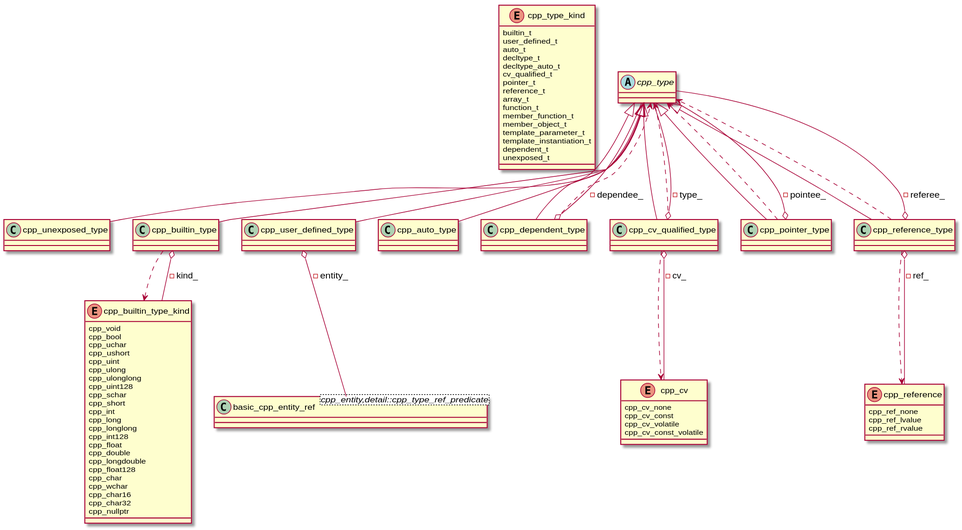
This is cppast/puml/cpp_type_class_diagram.svg from bkryza/clang-uml-examples, a PlantUML export, as it was before one commit.
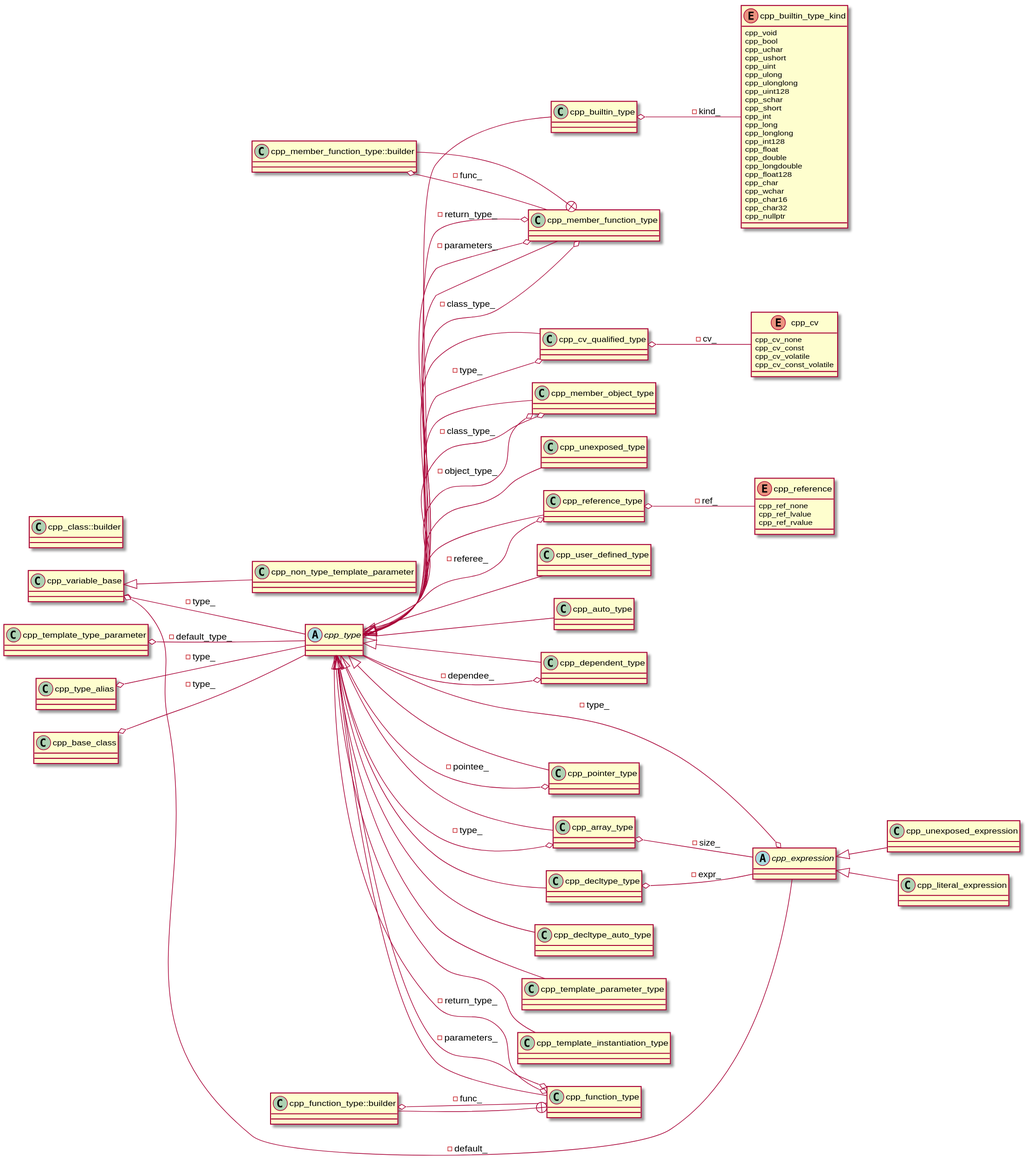
The same file after the commit.

Change to the diagram source:
```diff
@@ -1,31 +1,7 @@
 @startuml
-enum "cpp_type_kind" as C_0000000003
-enum C_0000000003 [[https://github.com/foonathan/cppast/blob/19cbc378f8a6b3fe7d04b309784a3a0920de9e75/include/cppast/cpp_type.hpp#L17{The kinds of a [cppast::cpp_type]().}]] {
-builtin_t
-user_defined_t
-auto_t
-decltype_t
-decltype_auto_t
-cv_qualified_t
-pointer_t
-reference_t
-array_t
-function_t
-member_function_t
-member_object_t
-template_parameter_t
-template_instantiation_t
-dependent_t
-unexposed_t
-}
-abstract "cpp_type" as C_0000000007
-abstract C_0000000007 [[https://github.com/foonathan/cppast/blob/19cbc378f8a6b3fe7d04b309784a3a0920de9e75/include/cppast/cpp_type.hpp#L44{Base class for all C++ types.}]] {
-}
-class "cpp_unexposed_type" as C_0000000019
-class C_0000000019 [[https://github.com/foonathan/cppast/blob/19cbc378f8a6b3fe7d04b309784a3a0920de9e75/include/cppast/cpp_type.hpp#L95{An unexposed [cppast::cpp_type](). This is one where no further information besides a name is available.}]] {
-}
-enum "cpp_builtin_type_kind" as C_0000000023
-enum C_0000000023 [[https://github.com/foonathan/cppast/blob/19cbc378f8a6b3fe7d04b309784a3a0920de9e75/include/cppast/cpp_type.hpp#L122{The C++ builtin types.}]] {
+left to right direction
+enum "cpp_builtin_type_kind" as C_0001887502571634469661
+enum C_0001887502571634469661 [[https://github.com/foonathan/cppast/blob/f81be80b524a88533f7e5eefd96fe10dc59cc289/include/cppast/cppast_fwd.hpp#L105{cpp_builtin_type_kind}]] {
 cpp_void
 cpp_bool
 cpp_uchar
@@ -50,64 +26,147 @@
 cpp_char32
 cpp_nullptr
 }
-class "cpp_builtin_type" as C_0000000027
-class C_0000000027 [[https://github.com/foonathan/cppast/blob/19cbc378f8a6b3fe7d04b309784a3a0920de9e75/include/cppast/cpp_type.hpp#L161{A builtin [cppast::cpp_type](). This is one where there is no associated [cppast::cpp_entity]().}]] {
-}
-class "basic_cpp_entity_ref<cpp_entity,detail::cpp_type_ref_predicate>" as C_0000000039
-class C_0000000039 {
-}
-class "cpp_user_defined_type" as C_0000000036
-class C_0000000036 [[https://github.com/foonathan/cppast/blob/19cbc378f8a6b3fe7d04b309784a3a0920de9e75/include/cppast/cpp_type.hpp#L202{A user-defined [cppast::cpp_type](). It has an associated [cppast::cpp_entity]().}]] {
-}
-class "cpp_auto_type" as C_0000000069
-class C_0000000069 [[https://github.com/foonathan/cppast/blob/19cbc378f8a6b3fe7d04b309784a3a0920de9e75/include/cppast/cpp_type.hpp#L230{A [cppast::cpp_type]() that isn't given but deduced by `auto`.}]] {
-}
-class "cpp_dependent_type" as C_0000000077
-class C_0000000077 [[https://github.com/foonathan/cppast/blob/19cbc378f8a6b3fe7d04b309784a3a0920de9e75/include/cppast/cpp_type.hpp#L249{A [cppast::cpp_type]() that depends on another type.}]] {
-}
-enum "cpp_cv" as C_0000000116
-enum C_0000000116 [[https://github.com/foonathan/cppast/blob/19cbc378f8a6b3fe7d04b309784a3a0920de9e75/include/cppast/cpp_type.hpp#L290{The kinds of C++ cv qualifiers.}]] {
+enum "cpp_cv" as C_0000213859787504205822
+enum C_0000213859787504205822 [[https://github.com/foonathan/cppast/blob/f81be80b524a88533f7e5eefd96fe10dc59cc289/include/cppast/cppast_fwd.hpp#L106{cpp_cv}]] {
 cpp_cv_none
 cpp_cv_const
 cpp_cv_volatile
 cpp_cv_const_volatile
 }
-class "cpp_cv_qualified_type" as C_0000000120
-class C_0000000120 [[https://github.com/foonathan/cppast/blob/19cbc378f8a6b3fe7d04b309784a3a0920de9e75/include/cppast/cpp_type.hpp#L311{A [cppast::cpp_cv]() qualified [cppast::cpp_type]().}]] {
-}
-class "cpp_pointer_type" as C_0000000138
-class C_0000000138 [[https://github.com/foonathan/cppast/blob/19cbc378f8a6b3fe7d04b309784a3a0920de9e75/include/cppast/cpp_type.hpp#L359{A pointer to a [cppast::cpp_type]().}]] {
-}
-enum "cpp_reference" as C_0000000152
-enum C_0000000152 [[https://github.com/foonathan/cppast/blob/19cbc378f8a6b3fe7d04b309784a3a0920de9e75/include/cppast/cpp_type.hpp#L386{The kinds of C++ references.}]] {
+enum "cpp_reference" as C_0000386439160558232350
+enum C_0000386439160558232350 [[https://github.com/foonathan/cppast/blob/f81be80b524a88533f7e5eefd96fe10dc59cc289/include/cppast/cppast_fwd.hpp#L108{cpp_reference}]] {
 cpp_ref_none
 cpp_ref_lvalue
 cpp_ref_rvalue
 }
-class "cpp_reference_type" as C_0000000156
-class C_0000000156 [[https://github.com/foonathan/cppast/blob/19cbc378f8a6b3fe7d04b309784a3a0920de9e75/include/cppast/cpp_type.hpp#L394{A reference to a [cppast::cpp_type]().}]] {
+abstract "cpp_type" as C_0001585653041236922459
+abstract C_0001585653041236922459 [[https://github.com/foonathan/cppast/blob/f81be80b524a88533f7e5eefd96fe10dc59cc289/include/cppast/cpp_type.hpp#L44{Base class for all C++ types.}]] {
 }
-C_0000000007 <|-- C_0000000019
-C_0000000027 ..> C_0000000023
-C_0000000027 o-- C_0000000023 : -kind_
-C_0000000007 <|-- C_0000000027
-C_0000000036 o-- C_0000000039 : -entity_
-C_0000000007 <|-- C_0000000036
-C_0000000007 <|-- C_0000000069
-C_0000000077 ..> C_0000000007
-C_0000000077 o-- C_0000000007 : -dependee_
-C_0000000007 <|-- C_0000000077
-C_0000000120 ..> C_0000000007
-C_0000000120 ..> C_0000000116
-C_0000000120 o-- C_0000000007 : -type_
-C_0000000120 o-- C_0000000116 : -cv_
-C_0000000007 <|-- C_0000000120
-C_0000000138 ..> C_0000000007
-C_0000000138 o-- C_0000000007 : -pointee_
-C_0000000007 <|-- C_0000000138
-C_0000000156 ..> C_0000000007
-C_0000000156 ..> C_0000000152
-C_0000000156 o-- C_0000000007 : -referee_
-C_0000000156 o-- C_0000000152 : -ref_
-C_0000000007 <|-- C_0000000156
+class "cpp_unexposed_type" as C_0000601730303705395408
+class C_0000601730303705395408 [[https://github.com/foonathan/cppast/blob/f81be80b524a88533f7e5eefd96fe10dc59cc289/include/cppast/cpp_type.hpp#L95{An unexposed [cppast::cpp_type](). This is one where no further information besides a name is available.}]] {
+}
+class "cpp_builtin_type" as C_0002035785082080260407
+class C_0002035785082080260407 [[https://github.com/foonathan/cppast/blob/f81be80b524a88533f7e5eefd96fe10dc59cc289/include/cppast/cpp_type.hpp#L161{A builtin [cppast::cpp_type](). This is one where there is no associated [cppast::cpp_entity]().}]] {
+}
+class "cpp_user_defined_type" as C_0002166954434825938188
+class C_0002166954434825938188 [[https://github.com/foonathan/cppast/blob/f81be80b524a88533f7e5eefd96fe10dc59cc289/include/cppast/cpp_type.hpp#L202{A user-defined [cppast::cpp_type](). It has an associated [cppast::cpp_entity]().}]] {
+}
+class "cpp_auto_type" as C_0001809003368459807767
+class C_0001809003368459807767 [[https://github.com/foonathan/cppast/blob/f81be80b524a88533f7e5eefd96fe10dc59cc289/include/cppast/cpp_type.hpp#L230{A [cppast::cpp_type]() that isn't given but deduced by `auto`.}]] {
+}
+class "cpp_dependent_type" as C_0000507998479194737071
+class C_0000507998479194737071 [[https://github.com/foonathan/cppast/blob/f81be80b524a88533f7e5eefd96fe10dc59cc289/include/cppast/cpp_type.hpp#L249{A [cppast::cpp_type]() that depends on another type.}]] {
+}
+class "cpp_cv_qualified_type" as C_0000342846994454958214
+class C_0000342846994454958214 [[https://github.com/foonathan/cppast/blob/f81be80b524a88533f7e5eefd96fe10dc59cc289/include/cppast/cpp_type.hpp#L311{A [cppast::cpp_cv]() qualified [cppast::cpp_type]().}]] {
+}
+class "cpp_pointer_type" as C_0000861535705589766807
+class C_0000861535705589766807 [[https://github.com/foonathan/cppast/blob/f81be80b524a88533f7e5eefd96fe10dc59cc289/include/cppast/cpp_type.hpp#L359{A pointer to a [cppast::cpp_type]().}]] {
+}
+class "cpp_reference_type" as C_0000600573949475383075
+class C_0000600573949475383075 [[https://github.com/foonathan/cppast/blob/f81be80b524a88533f7e5eefd96fe10dc59cc289/include/cppast/cpp_type.hpp#L394{A reference to a [cppast::cpp_type]().}]] {
+}
+abstract "cpp_expression" as C_0002228471918600734475
+abstract C_0002228471918600734475 [[https://github.com/foonathan/cppast/blob/f81be80b524a88533f7e5eefd96fe10dc59cc289/include/cppast/cpp_expression.hpp#L24{Base class for all C++ expressions.}]] {
+}
+class "cpp_unexposed_expression" as C_0000978206085606851269
+class C_0000978206085606851269 [[https://github.com/foonathan/cppast/blob/f81be80b524a88533f7e5eefd96fe10dc59cc289/include/cppast/cpp_expression.hpp#L81{An unexposed [cppast::cpp_expression](). There is no further information than a string available.}]] {
+}
+class "cpp_literal_expression" as C_0001481645313438672561
+class C_0001481645313438672561 [[https://github.com/foonathan/cppast/blob/f81be80b524a88533f7e5eefd96fe10dc59cc289/include/cppast/cpp_expression.hpp#L112{A [cppast::cpp_expression]() that is a literal.}]] {
+}
+class "cpp_array_type" as C_0001347498727659770075
+class C_0001347498727659770075 [[https://github.com/foonathan/cppast/blob/f81be80b524a88533f7e5eefd96fe10dc59cc289/include/cppast/cpp_array_type.hpp#L13{An array of a [cppast::cpp_type]().}]] {
+}
+class "cpp_base_class" as C_0001513295345096619386
+class C_0001513295345096619386 [[https://github.com/foonathan/cppast/blob/f81be80b524a88533f7e5eefd96fe10dc59cc289/include/cppast/cpp_class.hpp#L67{A [cppast::cpp_entity]() modelling a base class specifier.}]] {
+}
+class "cpp_class::builder" as C_0001640425303778365225
+class C_0001640425303778365225 [[https://github.com/foonathan/cppast/blob/f81be80b524a88533f7e5eefd96fe10dc59cc289/include/cppast/cpp_class.hpp#L126{Builds a [cppast::cpp_class]().}]] {
+}
+class "cpp_decltype_type" as C_0001184982835175222056
+class C_0001184982835175222056 [[https://github.com/foonathan/cppast/blob/f81be80b524a88533f7e5eefd96fe10dc59cc289/include/cppast/cpp_decltype_type.hpp#L13{A [cppast::cpp_type]() that isn't given but taken from an expression.}]] {
+}
+class "cpp_decltype_auto_type" as C_0000026248340214462662
+class C_0000026248340214462662 [[https://github.com/foonathan/cppast/blob/f81be80b524a88533f7e5eefd96fe10dc59cc289/include/cppast/cpp_decltype_type.hpp#L40{A [cppast::cpp_type]() that isn't given but deduced using the `decltype` rules.}]] {
+}
+class "cpp_function_type" as C_0001455852309215570565
+class C_0001455852309215570565 [[https://github.com/foonathan/cppast/blob/f81be80b524a88533f7e5eefd96fe10dc59cc289/include/cppast/cpp_function_type.hpp#L14{A [cppast::cpp_type]() that is a function. A function pointer is created by wrapping it in [cppast::cpp_pointer_type]().}]] {
+}
+class "cpp_function_type::builder" as C_0001260590280026110105
+class C_0001260590280026110105 [[https://github.com/foonathan/cppast/blob/f81be80b524a88533f7e5eefd96fe10dc59cc289/include/cppast/cpp_function_type.hpp#L18{Builds a [cppast::cpp_function_type]().}]] {
+}
+class "cpp_member_function_type" as C_0001956941679276907326
+class C_0001956941679276907326 [[https://github.com/foonathan/cppast/blob/f81be80b524a88533f7e5eefd96fe10dc59cc289/include/cppast/cpp_function_type.hpp#L87{A [cppast::cpp_type]() that is a member function. A member function with cv qualifier is created by wrapping it in [cppast::cpp_cv_qualified_type](). A member function with reference qualifier is created by wrapping it in [cppast::cpp_reference_type]()....}]] {
+}
+class "cpp_member_function_type::builder" as C_0000365791757426754810
+class C_0000365791757426754810 [[https://github.com/foonathan/cppast/blob/f81be80b524a88533f7e5eefd96fe10dc59cc289/include/cppast/cpp_function_type.hpp#L91{Builds a [cppast::cpp_member_function_type]().}]] {
+}
+class "cpp_member_object_type" as C_0000603633382993980808
+class C_0000603633382993980808 [[https://github.com/foonathan/cppast/blob/f81be80b524a88533f7e5eefd96fe10dc59cc289/include/cppast/cpp_function_type.hpp#L164{A [cppast::cpp_type]() that is a member object. A member object pointer is created by wrapping it in [cppast::cpp_pointer_type]().}]] {
+}
+class "cpp_variable_base" as C_0000184600132526931259
+class C_0000184600132526931259 [[https://github.com/foonathan/cppast/blob/f81be80b524a88533f7e5eefd96fe10dc59cc289/include/cppast/cpp_variable_base.hpp#L16{Additional base class for all [cppast::cpp_entity]() modelling some kind of variable. Examples are [cppast::cpp_variable]() or [cppast::cpp_function_parameter](), or anything that is name/type/default-value triple.}]] {
+}
+class "cpp_template_type_parameter" as C_0001672854013158225149
+class C_0001672854013158225149 [[https://github.com/foonathan/cppast/blob/f81be80b524a88533f7e5eefd96fe10dc59cc289/include/cppast/cpp_template_parameter.hpp#L47{A [cppast::cpp_entity]() modelling a C++ template type parameter.}]] {
+}
+class "cpp_template_parameter_type" as C_0002158322113857881673
+class C_0002158322113857881673 [[https://github.com/foonathan/cppast/blob/f81be80b524a88533f7e5eefd96fe10dc59cc289/include/cppast/cpp_template_parameter.hpp#L106{A [cppast::cpp_type]() defined by a [cppast::cpp_template_type_parameter]().}]] {
+}
+class "cpp_non_type_template_parameter" as C_0001461284658212381765
+class C_0001461284658212381765 [[https://github.com/foonathan/cppast/blob/f81be80b524a88533f7e5eefd96fe10dc59cc289/include/cppast/cpp_template_parameter.hpp#L137{A [cppast::cpp_entity]() modelling a C++ non-type template parameter.}]] {
+}
+class "cpp_template_instantiation_type" as C_0001009421424714355715
+class C_0001009421424714355715 [[https://github.com/foonathan/cppast/blob/f81be80b524a88533f7e5eefd96fe10dc59cc289/include/cppast/cpp_template.hpp#L93{A [cppast::cpp_type]() representing an instantiation of a [cppast::cpp_template]().}]] {
+}
+class "cpp_type_alias" as C_0001652684387667767114
+class C_0001652684387667767114 [[https://github.com/foonathan/cppast/blob/f81be80b524a88533f7e5eefd96fe10dc59cc289/include/cppast/cpp_type_alias.hpp#L14{A [cppast::cpp_entity]() modelling a type alias/typedef. \notes There is no distinction between `using` and `typedef` type aliases made in the AST.}]] {
+}
+C_0001585653041236922459 <|-- C_0000601730303705395408
+C_0002035785082080260407 o-- C_0001887502571634469661 : -kind_
+C_0001585653041236922459 <|-- C_0002035785082080260407
+C_0001585653041236922459 <|-- C_0002166954434825938188
+C_0001585653041236922459 <|-- C_0001809003368459807767
+C_0000507998479194737071 o-- C_0001585653041236922459 : -dependee_
+C_0001585653041236922459 <|-- C_0000507998479194737071
+C_0000342846994454958214 o-- C_0001585653041236922459 : -type_
+C_0000342846994454958214 o-- C_0000213859787504205822 : -cv_
+C_0001585653041236922459 <|-- C_0000342846994454958214
+C_0000861535705589766807 o-- C_0001585653041236922459 : -pointee_
+C_0001585653041236922459 <|-- C_0000861535705589766807
+C_0000600573949475383075 o-- C_0001585653041236922459 : -referee_
+C_0000600573949475383075 o-- C_0000386439160558232350 : -ref_
+C_0001585653041236922459 <|-- C_0000600573949475383075
+C_0002228471918600734475 o-- C_0001585653041236922459 : -type_
+C_0002228471918600734475 <|-- C_0000978206085606851269
+C_0002228471918600734475 <|-- C_0001481645313438672561
+C_0001347498727659770075 o-- C_0001585653041236922459 : -type_
+C_0001347498727659770075 o-- C_0002228471918600734475 : -size_
+C_0001585653041236922459 <|-- C_0001347498727659770075
+C_0001513295345096619386 o-- C_0001585653041236922459 : -type_
+C_0001184982835175222056 o-- C_0002228471918600734475 : -expr_
+C_0001585653041236922459 <|-- C_0001184982835175222056
+C_0001585653041236922459 <|-- C_0000026248340214462662
+C_0001455852309215570565 o-- C_0001585653041236922459 : -return_type_
+C_0001455852309215570565 o-- C_0001585653041236922459 : -parameters_
+C_0001585653041236922459 <|-- C_0001455852309215570565
+C_0001260590280026110105 o-- C_0001455852309215570565 : -func_
+C_0001260590280026110105 --+ C_0001455852309215570565
+C_0001956941679276907326 o-- C_0001585653041236922459 : -class_type_
+C_0001956941679276907326 o-- C_0001585653041236922459 : -return_type_
+C_0001956941679276907326 o-- C_0001585653041236922459 : -parameters_
+C_0001585653041236922459 <|-- C_0001956941679276907326
+C_0000365791757426754810 o-- C_0001956941679276907326 : -func_
+C_0000365791757426754810 --+ C_0001956941679276907326
+C_0000603633382993980808 o-- C_0001585653041236922459 : -class_type_
+C_0000603633382993980808 o-- C_0001585653041236922459 : -object_type_
+C_0001585653041236922459 <|-- C_0000603633382993980808
+C_0000184600132526931259 o-- C_0001585653041236922459 : -type_
+C_0000184600132526931259 o-- C_0002228471918600734475 : -default_
+C_0001672854013158225149 o-- C_0001585653041236922459 : -default_type_
+C_0001585653041236922459 <|-- C_0002158322113857881673
+C_0000184600132526931259 <|-- C_0001461284658212381765
+C_0001585653041236922459 <|-- C_0001009421424714355715
+C_0001652684387667767114 o-- C_0001585653041236922459 : -type_
 @enduml
```
